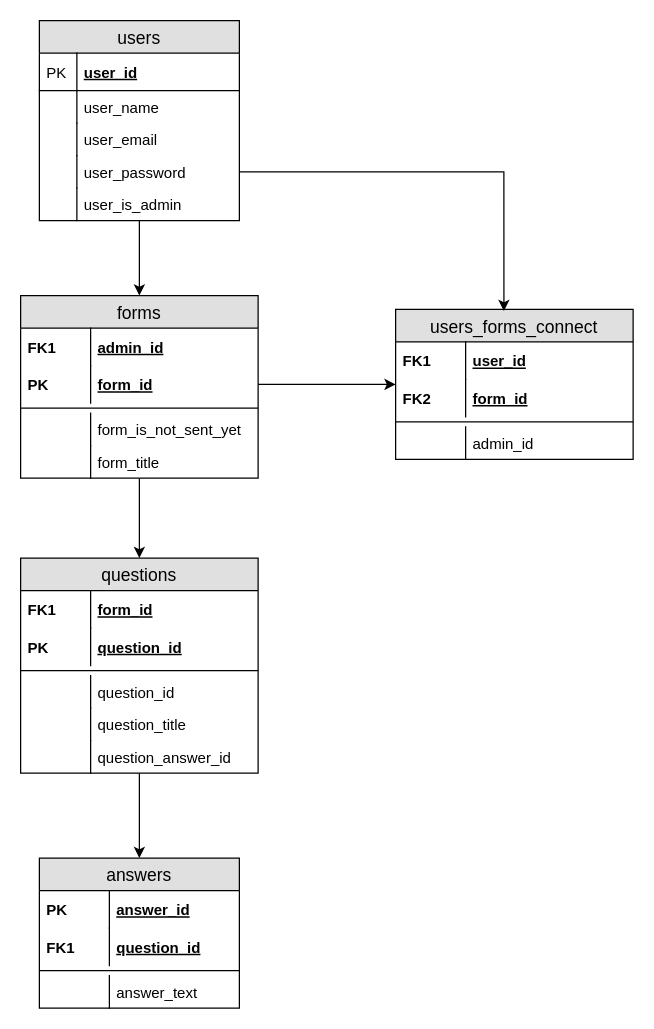
This is tablePlan.drawio from jakabij/FormManagingService, a draw.io file, before an edit. Source tidied: cells renumbered, new cells numbered last; positions are measured from the earlier drawing's top-left corner, leaving out a move shared by most shapes. Both pictures are drawn from the tidied source at 125%, with x=0, y=0 at pixel (20, 20).
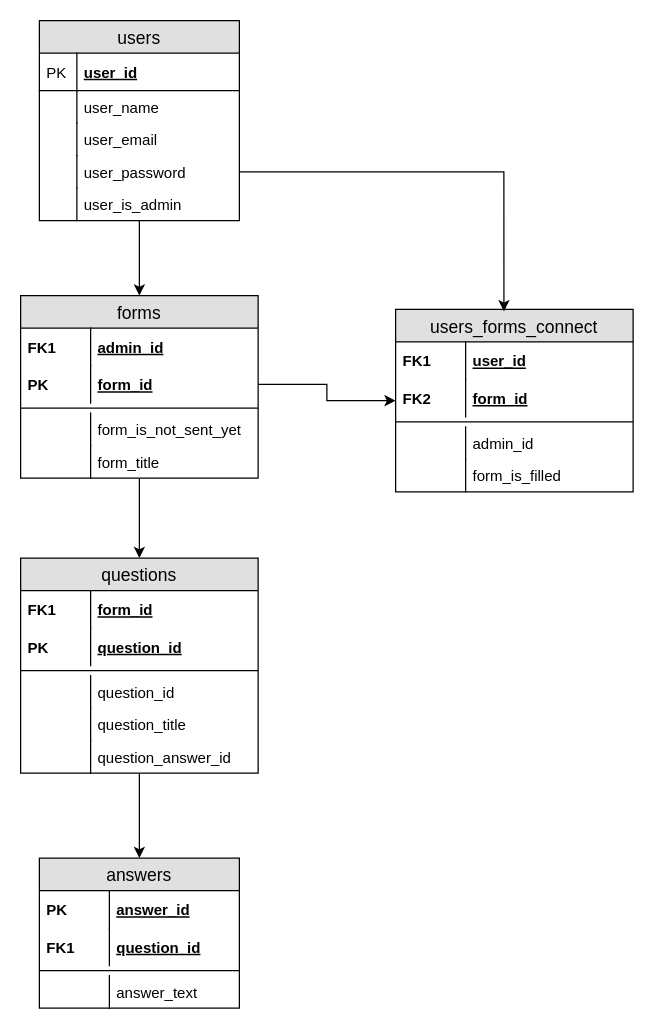
Above is the later version.

Commit message (it also covers changes not shown here):
added ShowSentFOrms and appended that with users table

The edit, as a diff of the source:
```diff
@@
     <mxCell id="25" value="users_forms_connect" style="swimlane;fontStyle=0;horizontal=1;startSize=26;fillColor=#e0e0e0;swimlaneFillColor=#ffffff;align=center;fontSize=14;" parent="1" vertex="1">
-      <mxGeometry x="300" y="231" width="190" height="120" as="geometry" />
+      <mxGeometry x="300" y="231" width="190" height="146" as="geometry" />
     </mxCell>
@@
+    <mxCell id="56" value="form_is_filled" style="shape=partialRectangle;top=0;left=0;right=0;bottom=0;align=left;verticalAlign=top;fillColor=none;spacingLeft=60;spacingRight=4;overflow=hidden;fontSize=12;" parent="25" vertex="1">
+      <mxGeometry y="120" width="190" height="26" as="geometry" />
+    </mxCell>
+    <mxCell id="57" style="shape=partialRectangle;top=0;left=0;bottom=0;fillColor=none;align=left;verticalAlign=top;spacingLeft=4;spacingRight=4;overflow=hidden;fontSize=12;" parent="56" vertex="1">
+      <mxGeometry width="56" height="26" as="geometry" />
+    </mxCell>
```
